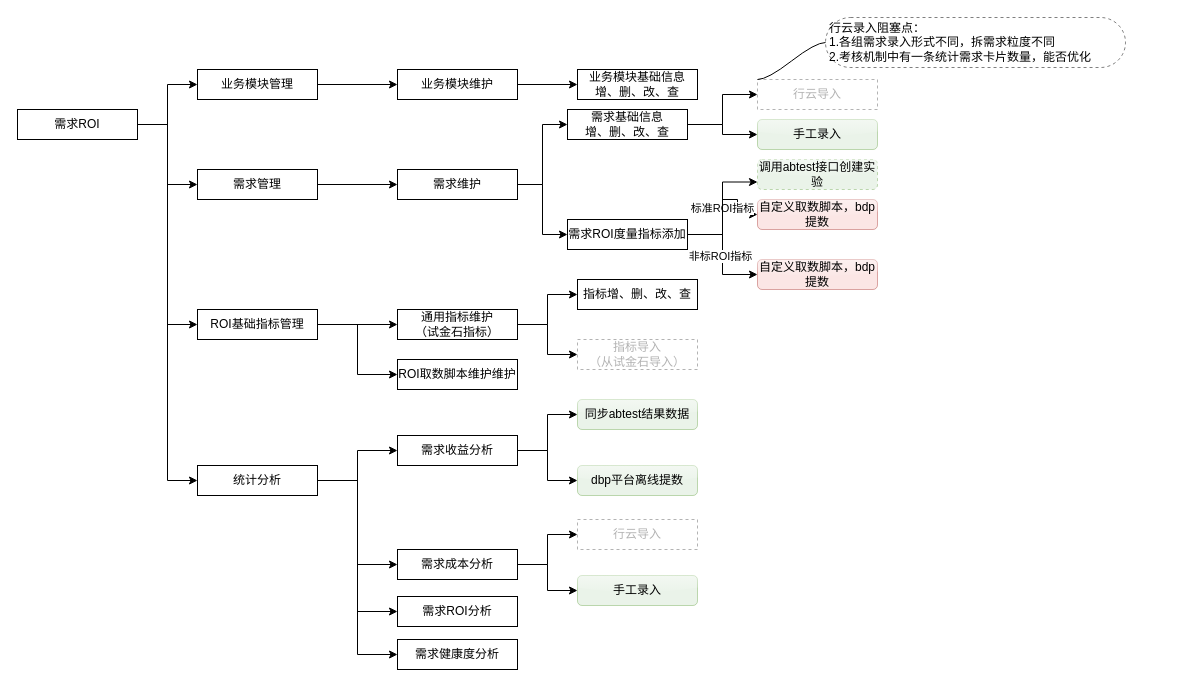
Above: page "功能结构图" (3 of 5) of 需求ROI评估.drawio in lihongliang1989/diagram (draw.io), before the change. Source tidied: cells renumbered, new cells numbered last; positions are measured from the earlier drawing's top-left corner, leaving out a move shared by most shapes. Both pictures are drawn from the tidied source at 100%, with x=0, y=0 at pixel (17, 17).
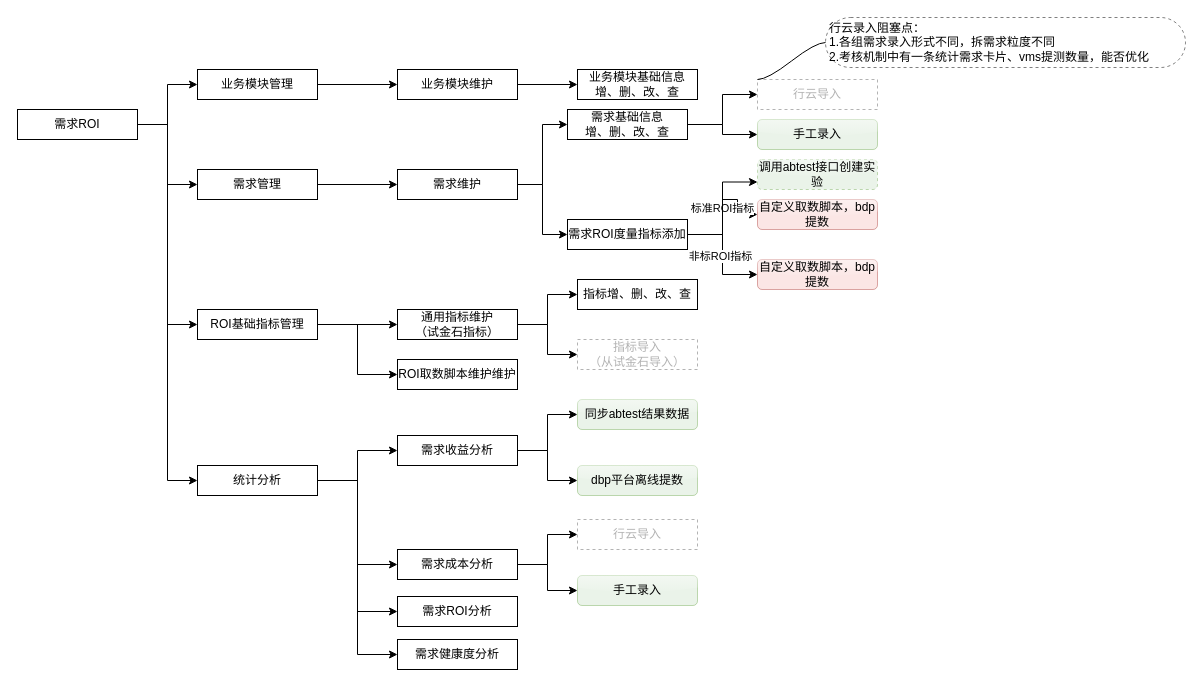
The same diagram, later.

Diff of the diagram source:
```diff
@@
-    <mxCell id="57" value="行云录入阻塞点：&lt;br&gt;1.各组需求录入形式不同，拆需求粒度不同&lt;br&gt;2.考核机制中有一条统计需求卡片数量，能否优化" style="whiteSpace=wrap;html=1;rounded=1;arcSize=50;align=left;verticalAlign=middle;strokeWidth=1;spacing=4;newEdgeStyle={&quot;edgeStyle&quot;:&quot;entityRelationEdgeStyle&quot;,&quot;startArrow&quot;:&quot;none&quot;,&quot;endArrow&quot;:&quot;none&quot;,&quot;segment&quot;:10,&quot;curved&quot;:1};shadow=0;glass=0;dashed=1;sketch=0;fontColor=#000000;fillColor=#FFFFFF;opacity=50;" parent="1" vertex="1">
-      <mxGeometry x="808" width="300" height="50" as="geometry" />
+    <mxCell id="57" value="行云录入阻塞点：&lt;br&gt;1.各组需求录入形式不同，拆需求粒度不同&lt;br&gt;2.考核机制中有一条统计需求卡片、vms提测数量，能否优化" style="whiteSpace=wrap;html=1;rounded=1;arcSize=50;align=left;verticalAlign=middle;strokeWidth=1;spacing=4;newEdgeStyle={&quot;edgeStyle&quot;:&quot;entityRelationEdgeStyle&quot;,&quot;startArrow&quot;:&quot;none&quot;,&quot;endArrow&quot;:&quot;none&quot;,&quot;segment&quot;:10,&quot;curved&quot;:1};shadow=0;glass=0;dashed=1;sketch=0;fontColor=#000000;fillColor=#FFFFFF;opacity=50;" parent="1" vertex="1">
+      <mxGeometry x="808" width="360" height="50" as="geometry" />
     </mxCell>
```
